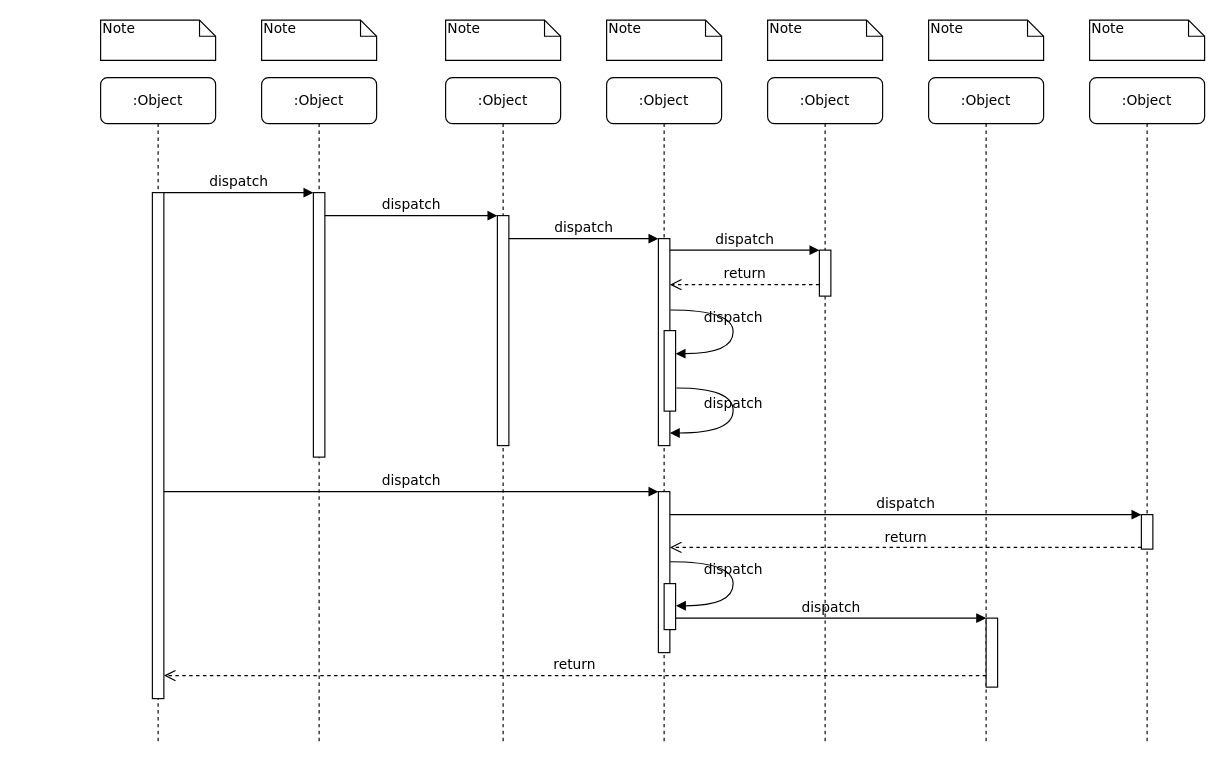
Above: Untitled Diagram.drawio in zhxzhx12/testGit (draw.io), before the change. Source tidied: cells renumbered, new cells numbered last; positions are measured from the earlier drawing's top-left corner, leaving out a move shared by most shapes. Both pictures are drawn from the tidied source at 115%, with x=0, y=0 at pixel (100, 20).
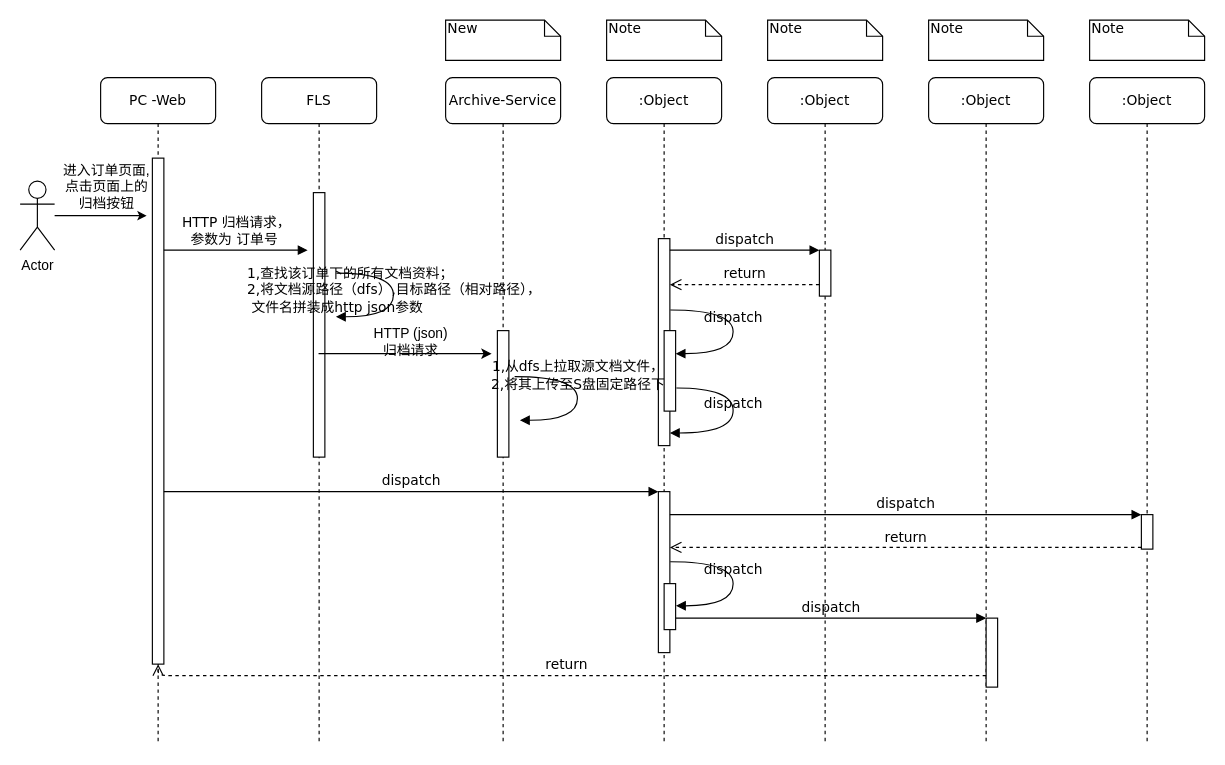
After the change.

Unchanged cells that the change refers to:
```xml
<mxCell id="3" style="html=1;points=[];perimeter=orthogonalPerimeter;rounded=0;shadow=0;comic=0;labelBackgroundColor=none;strokeWidth=1;fontFamily=Verdana;fontSize=12;align=center;" parent="2" vertex="1">
  <mxGeometry x="45" y="100" width="10" height="230" as="geometry" />
</mxCell>
<mxCell id="12" style="html=1;points=[];perimeter=orthogonalPerimeter;rounded=0;shadow=0;comic=0;labelBackgroundColor=none;strokeWidth=1;fontFamily=Verdana;fontSize=12;align=center;" parent="1" vertex="1">
  <mxGeometry x="485" y="190" width="10" height="180" as="geometry" />
</mxCell>
```

The edit, as a diff of the source:
```diff
@@
-    <mxCell id="2" value=":Object" style="shape=umlLifeline;perimeter=lifelinePerimeter;whiteSpace=wrap;html=1;outlineConnect=0;rounded=1;shadow=0;comic=0;labelBackgroundColor=none;strokeWidth=1;fontFamily=Verdana;fontSize=12;align=center;" parent="1" vertex="1">
+    <mxCell id="2" value="FLS" style="shape=umlLifeline;perimeter=lifelinePerimeter;whiteSpace=wrap;html=1;outlineConnect=0;rounded=1;shadow=0;comic=0;labelBackgroundColor=none;strokeWidth=1;fontFamily=Verdana;fontSize=12;align=center;" parent="1" vertex="1">
       <mxGeometry x="140" y="50" width="100" height="580" as="geometry" />
     </mxCell>
@@
-    <mxCell id="4" value=":Object" style="shape=umlLifeline;perimeter=lifelinePerimeter;whiteSpace=wrap;html=1;rounded=1;shadow=0;comic=0;labelBackgroundColor=none;strokeWidth=1;fontFamily=Verdana;fontSize=12;align=center;" parent="1" vertex="1">
+    <mxCell id="4" value="Archive-Service" style="shape=umlLifeline;perimeter=lifelinePerimeter;whiteSpace=wrap;html=1;rounded=1;shadow=0;comic=0;labelBackgroundColor=none;strokeWidth=1;fontFamily=Verdana;fontSize=12;align=center;" parent="1" vertex="1">
       <mxGeometry x="300" y="50" width="100" height="580" as="geometry" />
     </mxCell>
     <mxCell id="5" style="html=1;points=[];perimeter=orthogonalPerimeter;rounded=0;shadow=0;comic=0;labelBackgroundColor=none;strokeWidth=1;fontFamily=Verdana;fontSize=12;align=center;" parent="4" vertex="1">
-      <mxGeometry x="45" y="120" width="10" height="200" as="geometry" />
+      <mxGeometry x="45" y="220" width="10" height="110" as="geometry" />
     </mxCell>
@@
-    <mxCell id="10" value=":Object" style="shape=umlLifeline;perimeter=lifelinePerimeter;whiteSpace=wrap;html=1;rounded=1;shadow=0;comic=0;labelBackgroundColor=none;strokeWidth=1;fontFamily=Verdana;fontSize=12;align=center;" parent="1" vertex="1">
+    <mxCell id="10" value="PC -Web" style="shape=umlLifeline;perimeter=lifelinePerimeter;whiteSpace=wrap;html=1;rounded=1;shadow=0;comic=0;labelBackgroundColor=none;strokeWidth=1;fontFamily=Verdana;fontSize=12;align=center;" parent="1" vertex="1">
       <mxGeometry y="50" width="100" height="580" as="geometry" />
     </mxCell>
     <mxCell id="11" style="html=1;points=[];perimeter=orthogonalPerimeter;rounded=0;shadow=0;comic=0;labelBackgroundColor=none;strokeWidth=1;fontFamily=Verdana;fontSize=12;align=center;" parent="10" vertex="1">
-      <mxGeometry x="45" y="100" width="10" height="440" as="geometry" />
+      <mxGeometry x="45" y="70" width="10" height="440" as="geometry" />
     </mxCell>
@@
-    <mxCell id="13" value="dispatch" style="html=1;verticalAlign=bottom;endArrow=block;labelBackgroundColor=none;fontFamily=Verdana;fontSize=12;edgeStyle=elbowEdgeStyle;elbow=vertical;" parent="1" edge="1" source="5" target="12">
-      <mxGeometry relative="1" as="geometry">
-        <Array as="points">
-          <mxPoint x="360" y="190" />
-        </Array>
-      </mxGeometry>
-    </mxCell>
@@
-    <mxCell id="25" value="dispatch" style="html=1;verticalAlign=bottom;endArrow=block;entryX=0;entryY=0;labelBackgroundColor=none;fontFamily=Verdana;fontSize=12;edgeStyle=elbowEdgeStyle;elbow=vertical;" parent="1" edge="1" source="11" target="3">
-      <mxGeometry relative="1" as="geometry" />
+    <mxCell id="25" value="HTTP 归档请求，&lt;br&gt;参数为 订单号&amp;nbsp;" style="html=1;verticalAlign=bottom;endArrow=block;labelBackgroundColor=none;fontFamily=Verdana;fontSize=12;edgeStyle=elbowEdgeStyle;elbow=vertical;" parent="1" edge="1" source="11">
+      <mxGeometry relative="1" as="geometry">
+        <mxPoint x="180" y="200" as="targetPoint" />
+        <Array as="points">
+          <mxPoint x="140" y="200" />
+          <mxPoint x="150" y="210" />
+          <mxPoint x="100" y="190" />
+          <mxPoint x="100" y="230" />
+          <mxPoint x="100" y="200" />
+        </Array>
+      </mxGeometry>
     </mxCell>
-    <mxCell id="26" value="dispatch" style="html=1;verticalAlign=bottom;endArrow=block;entryX=0;entryY=0;labelBackgroundColor=none;fontFamily=Verdana;fontSize=12;edgeStyle=elbowEdgeStyle;elbow=vertical;" parent="1" edge="1" source="3" target="5">
-      <mxGeometry relative="1" as="geometry" />
-    </mxCell>
@@
-    <mxCell id="32" value="Note" style="shape=note;whiteSpace=wrap;html=1;size=14;verticalAlign=top;align=left;spacingTop=-6;rounded=0;shadow=0;comic=0;labelBackgroundColor=none;strokeWidth=1;fontFamily=Verdana;fontSize=12;" parent="1" vertex="1">
-      <mxGeometry width="100" height="35" as="geometry" />
-    </mxCell>
-    <mxCell id="33" value="Note" style="shape=note;whiteSpace=wrap;html=1;size=14;verticalAlign=top;align=left;spacingTop=-6;rounded=0;shadow=0;comic=0;labelBackgroundColor=none;strokeWidth=1;fontFamily=Verdana;fontSize=12;" parent="1" vertex="1">
-      <mxGeometry x="140" width="100" height="35" as="geometry" />
-    </mxCell>
-    <mxCell id="34" value="Note" style="shape=note;whiteSpace=wrap;html=1;size=14;verticalAlign=top;align=left;spacingTop=-6;rounded=0;shadow=0;comic=0;labelBackgroundColor=none;strokeWidth=1;fontFamily=Verdana;fontSize=12;" parent="1" vertex="1">
+    <mxCell id="34" value="New" style="shape=note;whiteSpace=wrap;html=1;size=14;verticalAlign=top;align=left;spacingTop=-6;rounded=0;shadow=0;comic=0;labelBackgroundColor=none;strokeWidth=1;fontFamily=Verdana;fontSize=12;" parent="1" vertex="1">
       <mxGeometry x="300" width="100" height="35" as="geometry" />
     </mxCell>
@@
+    <mxCell id="39" value="进入订单页面,&lt;br&gt;点击页面上的&lt;br&gt;归档按钮" style="text;html=1;align=center;verticalAlign=middle;strokeColor=none;" parent="1" vertex="1">
+      <mxGeometry x="-40" y="120" width="90" height="50" as="geometry" />
+    </mxCell>
+    <mxCell id="40" style="edgeStyle=orthogonalEdgeStyle;rounded=0;jettySize=auto;html=1;endWidth=16;endSize=5.08;" parent="1" edge="1" source="41">
+      <mxGeometry relative="1" as="geometry">
+        <mxPoint x="40" y="170" as="targetPoint" />
+      </mxGeometry>
+    </mxCell>
+    <mxCell id="41" value="Actor" style="shape=umlActor;verticalLabelPosition=bottom;verticalAlign=top;html=1;outlineConnect=0;" parent="1" vertex="1">
+      <mxGeometry x="-70" y="140" width="30" height="60" as="geometry" />
+    </mxCell>
+    <mxCell id="42" value="&lt;div style=&quot;text-align: left&quot;&gt;&lt;span&gt;1,查找该订单下的所有文档资料；&lt;/span&gt;&lt;/div&gt;&lt;div style=&quot;text-align: left&quot;&gt;&lt;span&gt;2,将文档源路径（dfs）,目标路径（相对路径），&lt;/span&gt;&lt;/div&gt;&lt;div style=&quot;text-align: left&quot;&gt;&lt;span&gt;&lt;span style=&quot;white-space: pre&quot;&gt; &lt;/span&gt;文件名拼装成http json参数&lt;br&gt;&lt;/span&gt;&lt;/div&gt;" style="html=1;verticalAlign=bottom;endArrow=block;labelBackgroundColor=none;fontFamily=Verdana;fontSize=12;elbow=vertical;edgeStyle=orthogonalEdgeStyle;curved=1;entryX=1;entryY=0.286;entryPerimeter=0;align=center;" parent="1" edge="1">
+      <mxGeometry x="0.27" relative="1" as="geometry">
+        <mxPoint x="205" y="220" as="sourcePoint" />
+        <mxPoint x="204.6" y="257.9" as="targetPoint" />
+        <Array as="points">
+          <mxPoint x="254.6" y="219.9" />
+          <mxPoint x="254.6" y="257.9" />
+        </Array>
+        <mxPoint y="1" as="offset" />
+      </mxGeometry>
+    </mxCell>
+    <mxCell id="43" style="endArrow=classic;html=1;startArrow=none;" parent="1" edge="1" source="44">
+      <mxGeometry relative="1" as="geometry">
+        <mxPoint x="340" y="290" as="targetPoint" />
+        <Array as="points">
+          <mxPoint x="260" y="290" />
+        </Array>
+      </mxGeometry>
+    </mxCell>
+    <mxCell id="44" value="HTTP (json) 归档请求" style="text;html=1;strokeColor=none;fillColor=none;align=center;verticalAlign=middle;whiteSpace=wrap;rounded=0;" parent="1" vertex="1">
+      <mxGeometry x="230" y="270" width="80" height="20" as="geometry" />
+    </mxCell>
+    <mxCell id="45" style="endArrow=none;html=1;" parent="1" edge="1" source="2" target="44">
+      <mxGeometry relative="1" as="geometry" />
+    </mxCell>
+    <mxCell id="46" value="1,从dfs上拉取源文档文件，&lt;br&gt;2,将其上传至S盘固定路径下" style="html=1;verticalAlign=bottom;endArrow=block;labelBackgroundColor=none;fontFamily=Verdana;fontSize=12;elbow=vertical;edgeStyle=orthogonalEdgeStyle;curved=1;entryX=1;entryY=0.286;entryPerimeter=0;exitX=1.038;exitY=0.345;exitPerimeter=0;" parent="1" edge="1">
+      <mxGeometry relative="1" as="geometry">
+        <mxPoint x="360" y="310" as="sourcePoint" />
+        <mxPoint x="364.6" y="347.9" as="targetPoint" />
+        <Array as="points">
+          <mxPoint x="414.6" y="309.9" />
+          <mxPoint x="414.6" y="347.9" />
+        </Array>
+      </mxGeometry>
+    </mxCell>
```
